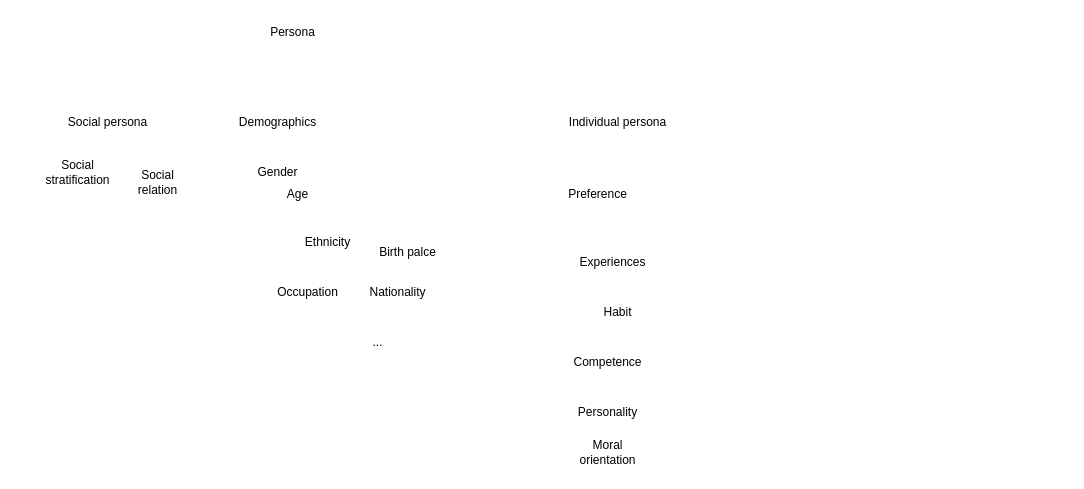
The draw.io diagram Untitled Diagram.drawio in MuMu-Lily/EatKun, before the edit. Source tidied: cells renumbered, new cells numbered last; positions are measured from the earlier drawing's top-left corner, leaving out a move shared by most shapes. Both pictures are drawn from the tidied source at 100%, with x=0, y=0 at pixel (32, 17).
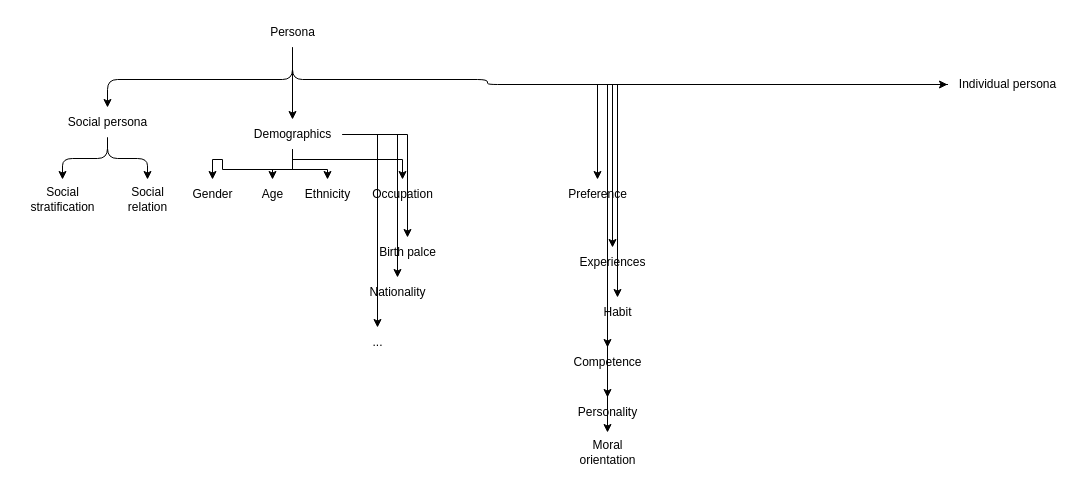
The same diagram, later.

Unchanged cells that the change refers to:
```xml
<mxCell id="3" value="Social persona" style="text;html=1;align=center;verticalAlign=middle;points=[];strokeColor=none;fillColor=none;" parent="1" vertex="1">
  <mxGeometry x="25" y="90" width="100" height="30" as="geometry" />
</mxCell>
<mxCell id="12" value="Birth palce" style="text;html=1;align=center;verticalAlign=middle;points=[];strokeColor=none;fillColor=none;" parent="1" vertex="1">
  <mxGeometry x="335" y="220" width="80" height="30" as="geometry" />
</mxCell>
<mxCell id="13" value="Nationality" style="text;html=1;align=center;verticalAlign=middle;points=[];strokeColor=none;fillColor=none;" parent="1" vertex="1">
  <mxGeometry x="325" y="260" width="80" height="30" as="geometry" />
</mxCell>
<mxCell id="14" value="..." style="text;html=1;align=center;verticalAlign=middle;points=[];strokeColor=none;fillColor=none;" parent="1" vertex="1">
  <mxGeometry x="330" y="310" width="30" height="30" as="geometry" />
</mxCell>
<mxCell id="15" value="Preference" style="text;html=1;align=center;verticalAlign=middle;points=[];strokeColor=none;fillColor=none;" parent="1" vertex="1">
  <mxGeometry x="525" y="162" width="80" height="30" as="geometry" />
</mxCell>
<mxCell id="16" value="Experiences" style="text;html=1;align=center;verticalAlign=middle;points=[];strokeColor=none;fillColor=none;" parent="1" vertex="1">
  <mxGeometry x="535" y="230" width="90" height="30" as="geometry" />
</mxCell>
<mxCell id="17" value="Habit" style="text;html=1;align=center;verticalAlign=middle;points=[];strokeColor=none;fillColor=none;" parent="1" vertex="1">
  <mxGeometry x="560" y="280" width="50" height="30" as="geometry" />
</mxCell>
<mxCell id="18" value="Competence" style="text;html=1;align=center;verticalAlign=middle;points=[];strokeColor=none;fillColor=none;" parent="1" vertex="1">
  <mxGeometry x="530" y="330" width="90" height="30" as="geometry" />
</mxCell>
<mxCell id="19" value="Personality" style="text;html=1;align=center;verticalAlign=middle;points=[];strokeColor=none;fillColor=none;" parent="1" vertex="1">
  <mxGeometry x="535" y="380" width="80" height="30" as="geometry" />
</mxCell>
<mxCell id="20" value="Moral&lt;br&gt;orientation" style="text;html=1;align=center;verticalAlign=middle;points=[];strokeColor=none;fillColor=none;" parent="1" vertex="1">
  <mxGeometry x="535" y="415" width="80" height="40" as="geometry" />
</mxCell>
```

The edit, as a diff of the source:
```diff
@@
+    <mxCell id="21" style="edgeStyle=orthogonalEdgeStyle;rounded=1;jettySize=auto;html=1;" parent="1" edge="1" source="2" target="3">
+      <mxGeometry relative="1" as="geometry">
+        <Array as="points">
+          <mxPoint x="260" y="62" />
+          <mxPoint x="75" y="62" />
+        </Array>
+      </mxGeometry>
+    </mxCell>
+    <mxCell id="22" style="edgeStyle=orthogonalEdgeStyle;rounded=1;jettySize=auto;html=1;" parent="1" edge="1" source="2" target="4">
+      <mxGeometry relative="1" as="geometry" />
+    </mxCell>
+    <mxCell id="23" style="edgeStyle=orthogonalEdgeStyle;jettySize=auto;html=1;rounded=1;" parent="1" edge="1" source="2" target="5">
+      <mxGeometry relative="1" as="geometry">
+        <Array as="points">
+          <mxPoint x="260" y="62" />
+          <mxPoint x="455" y="62" />
+        </Array>
+      </mxGeometry>
+    </mxCell>
-    <mxCell id="2" value="Persona" style="text;html=1;align=center;verticalAlign=middle;points=[];strokeColor=none;fillColor=none;" parent="1" vertex="1">
+    <mxCell id="2" value="Persona" style="text;html=1;align=center;verticalAlign=middle;points=[];strokeColor=none;fillColor=none;rounded=0;shadow=0;" parent="1" vertex="1">
       <mxGeometry x="225" width="70" height="30" as="geometry" />
     </mxCell>
+    <mxCell id="24" style="edgeStyle=orthogonalEdgeStyle;rounded=1;jettySize=auto;html=1;" parent="1" edge="1" source="3" target="6">
+      <mxGeometry relative="1" as="geometry" />
+    </mxCell>
+    <mxCell id="25" style="edgeStyle=orthogonalEdgeStyle;rounded=1;jettySize=auto;html=1;" parent="1" edge="1" source="3" target="7">
+      <mxGeometry relative="1" as="geometry" />
+    </mxCell>
@@
+    <mxCell id="26" style="edgeStyle=orthogonalEdgeStyle;rounded=0;jettySize=auto;html=1;" parent="1" edge="1" source="4" target="8">
+      <mxGeometry relative="1" as="geometry" />
+    </mxCell>
+    <mxCell id="27" style="edgeStyle=orthogonalEdgeStyle;rounded=0;jettySize=auto;html=1;" parent="1" edge="1" source="4" target="9">
+      <mxGeometry relative="1" as="geometry" />
+    </mxCell>
+    <mxCell id="28" style="edgeStyle=orthogonalEdgeStyle;rounded=0;jettySize=auto;html=1;" parent="1" edge="1" source="4" target="10">
+      <mxGeometry relative="1" as="geometry" />
+    </mxCell>
+    <mxCell id="29" style="edgeStyle=orthogonalEdgeStyle;rounded=0;jettySize=auto;html=1;" parent="1" edge="1" source="4" target="11">
+      <mxGeometry relative="1" as="geometry">
+        <Array as="points">
+          <mxPoint x="260" y="142" />
+          <mxPoint x="370" y="142" />
+        </Array>
+      </mxGeometry>
+    </mxCell>
+    <mxCell id="30" style="edgeStyle=orthogonalEdgeStyle;rounded=0;jettySize=auto;html=1;" parent="1" edge="1" source="4" target="12">
+      <mxGeometry relative="1" as="geometry" />
+    </mxCell>
+    <mxCell id="31" style="edgeStyle=orthogonalEdgeStyle;rounded=0;jettySize=auto;html=1;" parent="1" edge="1" source="4" target="13">
+      <mxGeometry relative="1" as="geometry" />
+    </mxCell>
+    <mxCell id="32" style="edgeStyle=orthogonalEdgeStyle;rounded=0;jettySize=auto;html=1;" parent="1" edge="1" source="4" target="14">
+      <mxGeometry relative="1" as="geometry" />
+    </mxCell>
     <mxCell id="4" value="Demographics" style="text;html=1;align=center;verticalAlign=middle;points=[];strokeColor=none;fillColor=none;" parent="1" vertex="1">
-      <mxGeometry x="195" y="90" width="100" height="30" as="geometry" />
+      <mxGeometry x="210" y="102" width="100" height="30" as="geometry" />
     </mxCell>
+    <mxCell id="33" style="edgeStyle=orthogonalEdgeStyle;rounded=0;jettySize=auto;html=1;" parent="1" edge="1" source="5" target="15">
+      <mxGeometry relative="1" as="geometry" />
+    </mxCell>
+    <mxCell id="34" style="edgeStyle=orthogonalEdgeStyle;rounded=0;jettySize=auto;html=1;" parent="1" edge="1" source="5" target="16">
+      <mxGeometry relative="1" as="geometry" />
+    </mxCell>
+    <mxCell id="35" style="edgeStyle=orthogonalEdgeStyle;rounded=0;jettySize=auto;html=1;" parent="1" edge="1" source="5" target="17">
+      <mxGeometry relative="1" as="geometry" />
+    </mxCell>
+    <mxCell id="36" style="edgeStyle=orthogonalEdgeStyle;rounded=0;jettySize=auto;html=1;" parent="1" edge="1" source="5" target="18">
+      <mxGeometry relative="1" as="geometry" />
+    </mxCell>
+    <mxCell id="37" style="edgeStyle=orthogonalEdgeStyle;rounded=0;jettySize=auto;html=1;" parent="1" edge="1" source="5" target="19">
+      <mxGeometry relative="1" as="geometry" />
+    </mxCell>
+    <mxCell id="38" style="edgeStyle=orthogonalEdgeStyle;rounded=0;jettySize=auto;html=1;" parent="1" edge="1" source="5" target="20">
+      <mxGeometry relative="1" as="geometry" />
+    </mxCell>
     <mxCell id="5" value="Individual persona" style="text;html=1;align=center;verticalAlign=middle;points=[];strokeColor=none;fillColor=none;" parent="1" vertex="1">
-      <mxGeometry x="525" y="90" width="120" height="30" as="geometry" />
+      <mxGeometry x="915" y="52" width="120" height="30" as="geometry" />
     </mxCell>
     <mxCell id="6" value="Social&lt;br&gt;stratification" style="text;html=1;align=center;verticalAlign=middle;points=[];strokeColor=none;fillColor=none;" parent="1" vertex="1">
-      <mxGeometry y="135" width="90" height="40" as="geometry" />
+      <mxGeometry x="-15" y="162" width="90" height="40" as="geometry" />
     </mxCell>
     <mxCell id="7" value="Social&lt;br&gt;relation" style="text;html=1;align=center;verticalAlign=middle;points=[];strokeColor=none;fillColor=none;" parent="1" vertex="1">
-      <mxGeometry x="95" y="145" width="60" height="40" as="geometry" />
+      <mxGeometry x="85" y="162" width="60" height="40" as="geometry" />
     </mxCell>
     <mxCell id="8" value="Gender" style="text;html=1;align=center;verticalAlign=middle;points=[];strokeColor=none;fillColor=none;" parent="1" vertex="1">
-      <mxGeometry x="215" y="140" width="60" height="30" as="geometry" />
+      <mxGeometry x="150" y="162" width="60" height="30" as="geometry" />
     </mxCell>
     <mxCell id="9" value="Age" style="text;html=1;align=center;verticalAlign=middle;points=[];strokeColor=none;fillColor=none;" parent="1" vertex="1">
-      <mxGeometry x="245" y="162" width="40" height="30" as="geometry" />
+      <mxGeometry x="220" y="162" width="40" height="30" as="geometry" />
     </mxCell>
     <mxCell id="10" value="Ethnicity" style="text;html=1;align=center;verticalAlign=middle;points=[];strokeColor=none;fillColor=none;" parent="1" vertex="1">
-      <mxGeometry x="260" y="210" width="70" height="30" as="geometry" />
+      <mxGeometry x="260" y="162" width="70" height="30" as="geometry" />
     </mxCell>
     <mxCell id="11" value="Occupation" style="text;html=1;align=center;verticalAlign=middle;points=[];strokeColor=none;fillColor=none;" parent="1" vertex="1">
-      <mxGeometry x="235" y="260" width="80" height="30" as="geometry" />
+      <mxGeometry x="330" y="162" width="80" height="30" as="geometry" />
     </mxCell>
```
